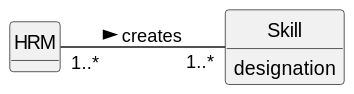
Above: docs/sprintB/us001/02.analysis/svg/us001-domain-model.svg in ricardomm7/leaflink (PlantUML), before the change.
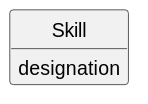
After the commit.

The edit, as a diff of the source:
```diff
@@ -10,12 +10,8 @@
 hide circle
 hide methods
 
-class HRM {
 
-}
 class Skill {
     designation
 }
-
-HRM "1..*" -- "1..*" Skill : creates >
 @enduml
```
